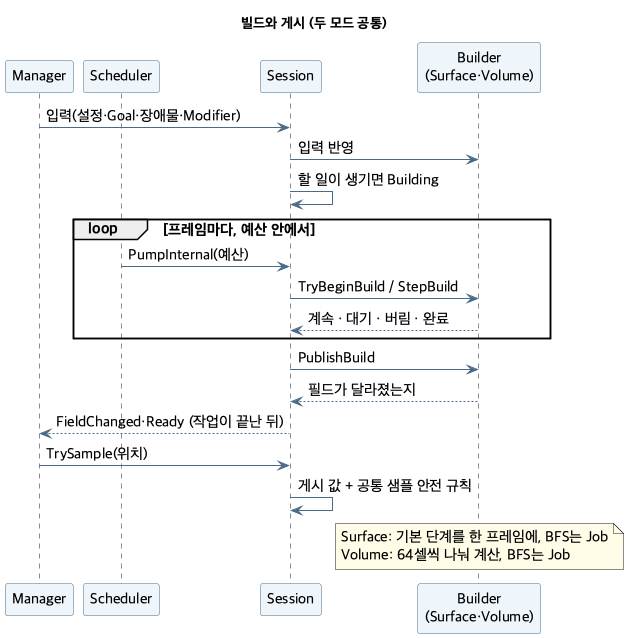
The PlantUML diagram ToyProject/Assets/_FlowField/Docs/Images/flowfield-pipeline.png in youwonsock/tool-unity-editor, before a commit. The source it was exported from:
```plantuml
@startuml flowfield-pipeline
skinparam shadowing false
skinparam defaultFontName "Apple SD Gothic Neo"
skinparam defaultFontSize 15
skinparam ArrowColor #496A88
skinparam ParticipantBackgroundColor #EEF5FB
skinparam ParticipantBorderColor #496A88
skinparam NoteBackgroundColor #FFFDE7
title 빌드와 게시 (두 모드 공통)

participant "Manager" as M
participant "Scheduler" as Q
participant "Session" as S
participant "Builder\n(Surface·Volume)" as B

M -> S : 입력(설정·Goal·장애물·Modifier)
S -> B : 입력 반영
S -> S : 할 일이 생기면 Building
loop 프레임마다, 예산 안에서
  Q -> S : PumpInternal(예산)
  S -> B : TryBeginBuild / StepBuild
  B --> S : 계속 · 대기 · 버림 · 완료
end
S -> B : PublishBuild
B --> S : 필드가 달라졌는지
S --> M : FieldChanged·Ready (작업이 끝난 뒤)
M -> S : TrySample(위치)
S -> S : 게시 값 + 공통 샘플 안전 규칙
note over B
  Surface: 기본 단계를 한 프레임에, BFS는 Job
  Volume: 64셀씩 나눠 계산, BFS는 Job
end note
@enduml
```
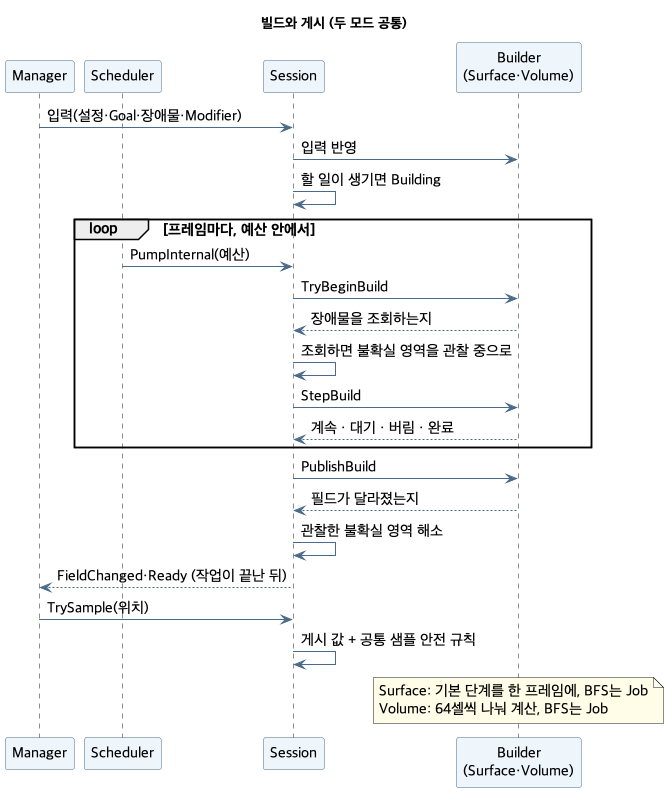
Above is the later version.

What changed in the source:
```diff
@@ -18,11 +18,15 @@
 S -> S : 할 일이 생기면 Building
 loop 프레임마다, 예산 안에서
   Q -> S : PumpInternal(예산)
-  S -> B : TryBeginBuild / StepBuild
+  S -> B : TryBeginBuild
+  B --> S : 장애물을 조회하는지
+  S -> S : 조회하면 불확실 영역을 관찰 중으로
+  S -> B : StepBuild
   B --> S : 계속 · 대기 · 버림 · 완료
 end
 S -> B : PublishBuild
 B --> S : 필드가 달라졌는지
+S -> S : 관찰한 불확실 영역 해소
 S --> M : FieldChanged·Ready (작업이 끝난 뒤)
 M -> S : TrySample(위치)
 S -> S : 게시 값 + 공통 샘플 안전 규칙
```
